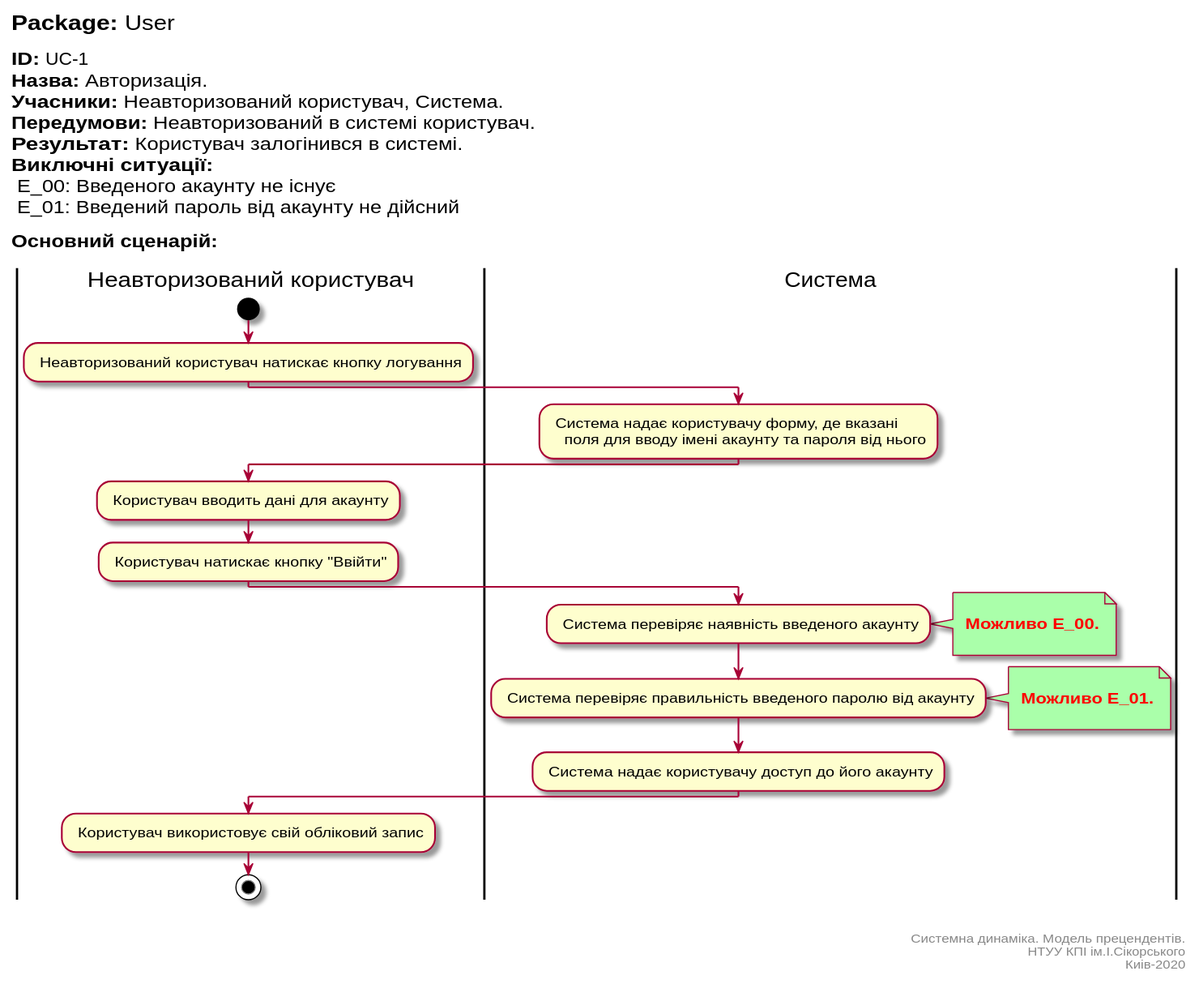
Before: UML_Diagrams/unauthorized_user/UC-1.svg, a diagram exported from PlantUML (vladlinu/TeamOne).
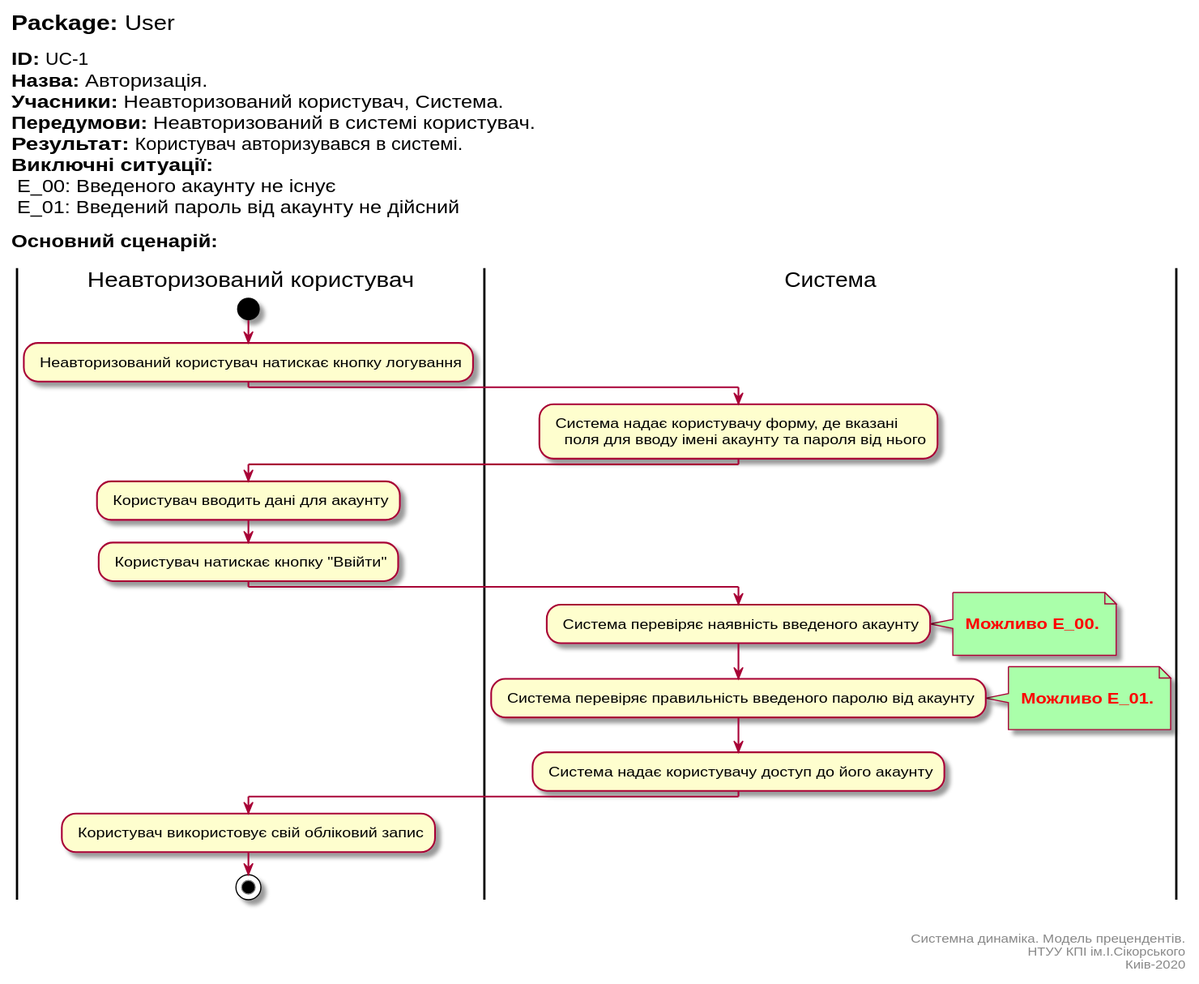
After the commit.

Commit message:
Залогінився - авторизувався в svg

Diff of the diagram source:
```diff
@@ -6,7 +6,7 @@
 <font color=000 size=16><b>Назва:</b> Авторизація.
 <font color=000 size=16><b>Учасники:</b> Неавторизований користувач, Система.
 <font color=000 size=16><b>Передумови:</b> Неавторизований в системі користувач.
-<font color=000 size=16><b>Результат:</b> Користувач залогінився в системі.
+<font color=000 size=16><b>Результат:</b> Користувач авторизувався в системі.
 <font color=000 size=16><b>Виключні ситуації:</b>
 <font color=000 size=16> E_00: Введеного акаунту не існує
 <font color=000 size=16> E_01: Введений пароль від акаунту не дійсний
```
